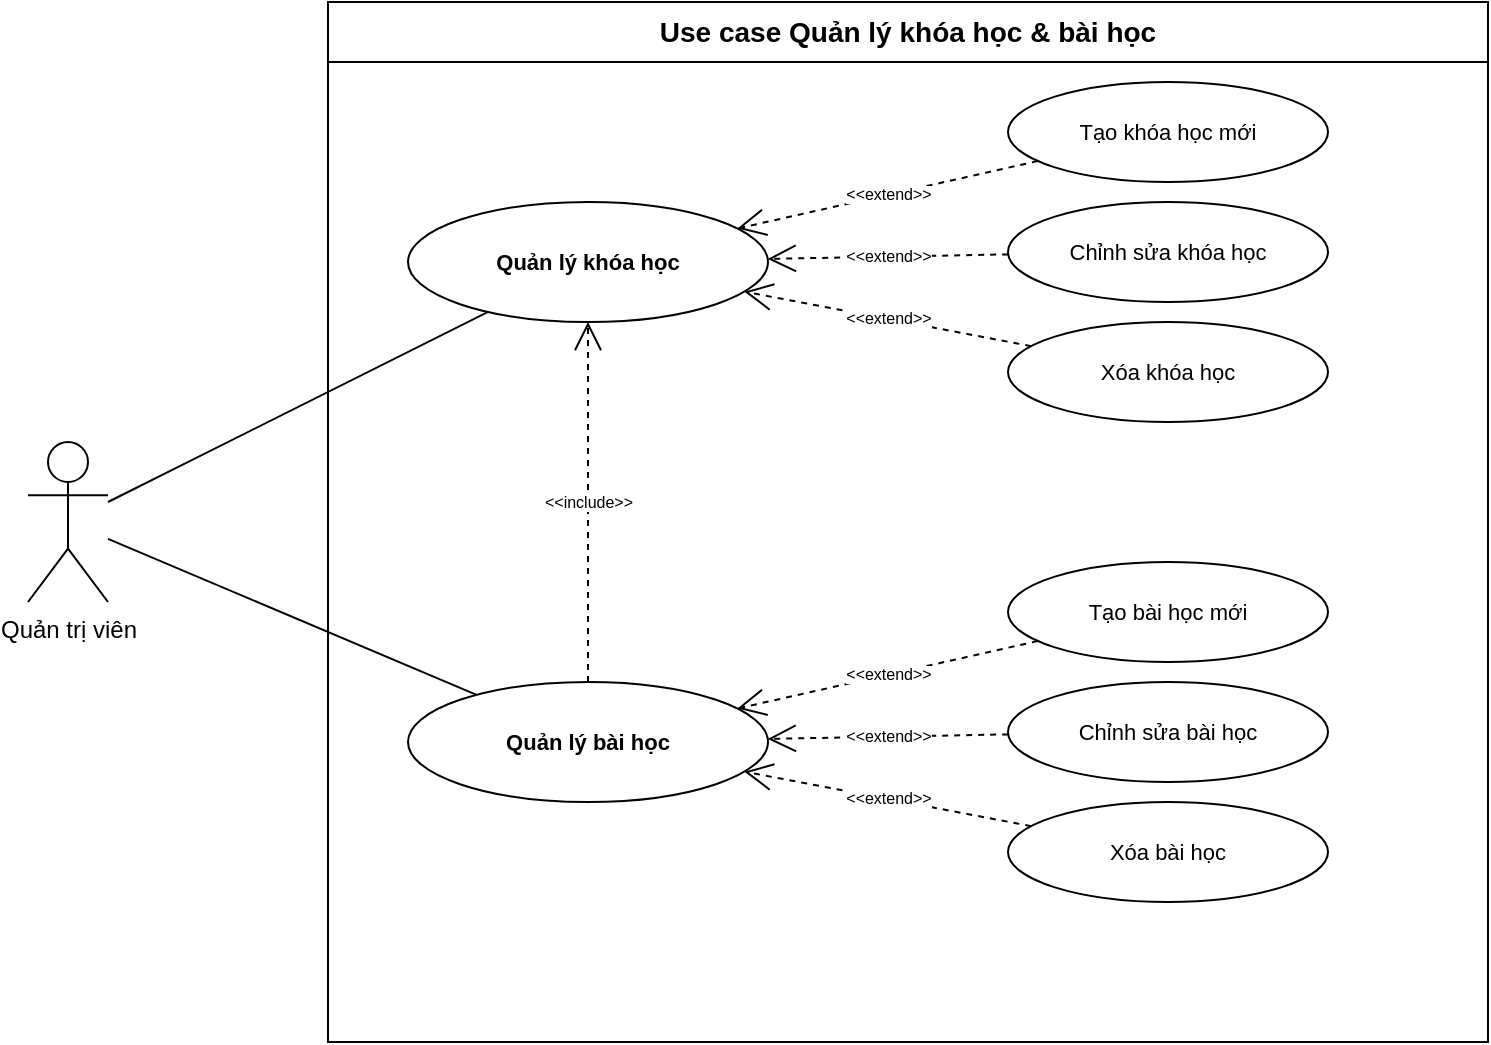
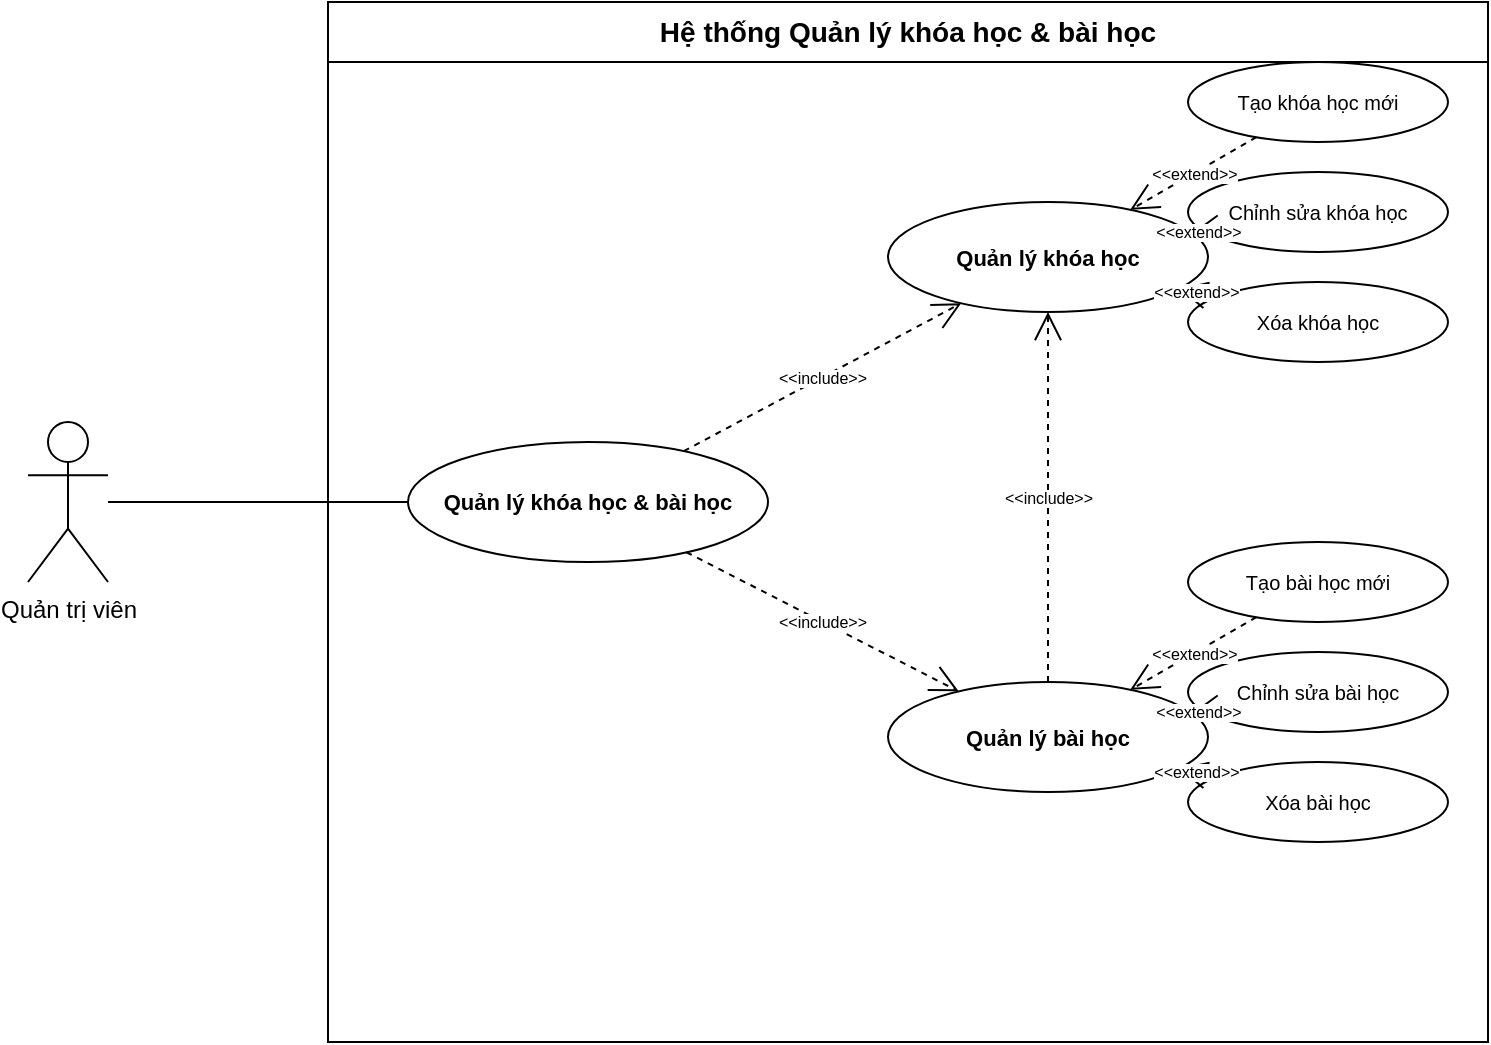
<mxfile host="65bd71144e">
    <diagram id="ql_khoa_hoc_bai_hoc_usecase" name="Use Case Quản Lý Khóa Học &amp; Bài Học">
-         <mxGraphModel dx="851" dy="1024" grid="1" gridSize="10" guides="1" tooltips="1" connect="1" arrows="1" fold="1" page="1" pageScale="1" pageWidth="1100" pageHeight="700" math="0" shadow="0">
+         <mxGraphModel dx="894" dy="709" grid="1" gridSize="10" guides="1" tooltips="1" connect="1" arrows="1" fold="1" page="1" pageScale="1" pageWidth="1100" pageHeight="700" math="0" shadow="0">
            <root>
                <mxCell id="0"/>
                <mxCell id="1" parent="0"/>
-                 <mxCell id="System" value="Use case Quản lý khóa học &amp;amp; bài học" style="swimlane;whiteSpace=wrap;html=1;startSize=30;fillColor=none;strokeColor=#000000;fontSize=14;fontStyle=1;" parent="1" vertex="1">
+ 
+                 <!-- System Boundary -->
+                 <mxCell id="System" value="Hệ thống Quản lý khóa học &amp;amp; bài học" style="swimlane;whiteSpace=wrap;html=1;startSize=30;fillColor=none;strokeColor=#000000;fontSize=14;fontStyle=1;" parent="1" vertex="1">
                    <mxGeometry x="250" y="40" width="580" height="520" as="geometry"/>
                </mxCell>
+ 
+                 <!-- Main Use Case -->
+                 <mxCell id="UC_QLKhoaHocBaiHoc" value="Quản lý khóa học &amp;amp; bài học" style="ellipse;whiteSpace=wrap;html=1;fontSize=11;fillColor=none;strokeColor=#000000;fontStyle=1;" parent="System" vertex="1">
+                     <mxGeometry x="40" y="220" width="180" height="60" as="geometry"/>
+                 </mxCell>
+ 
+                 <!-- Sub Use Cases -->
                <mxCell id="UC_QLKhoaHoc" value="Quản lý khóa học" style="ellipse;whiteSpace=wrap;html=1;fontSize=11;fillColor=none;strokeColor=#000000;fontStyle=1;" parent="System" vertex="1">
-                     <mxGeometry x="40" y="100" width="180" height="60" as="geometry"/>
+                     <mxGeometry x="280" y="100" width="160" height="55" as="geometry"/>
                </mxCell>
-                 <mxCell id="UC_ThemKhoaHoc" value="Tạo khóa học mới" style="ellipse;whiteSpace=wrap;html=1;fontSize=11;fillColor=none;strokeColor=#000000;" parent="System" vertex="1">
-                     <mxGeometry x="340" y="40" width="160" height="50" as="geometry"/>
+                 <mxCell id="UC_ThemKhoaHoc" value="Tạo khóa học mới" style="ellipse;whiteSpace=wrap;html=1;fontSize=10;fillColor=none;strokeColor=#000000;" parent="System" vertex="1">
+                     <mxGeometry x="430" y="30" width="130" height="40" as="geometry"/>
                </mxCell>
-                 <mxCell id="UC_SuaKhoaHoc" value="Chỉnh sửa khóa học" style="ellipse;whiteSpace=wrap;html=1;fontSize=11;fillColor=none;strokeColor=#000000;" parent="System" vertex="1">
-                     <mxGeometry x="340" y="100" width="160" height="50" as="geometry"/>
+                 <mxCell id="UC_SuaKhoaHoc" value="Chỉnh sửa khóa học" style="ellipse;whiteSpace=wrap;html=1;fontSize=10;fillColor=none;strokeColor=#000000;" parent="System" vertex="1">
+                     <mxGeometry x="430" y="85" width="130" height="40" as="geometry"/>
                </mxCell>
-                 <mxCell id="UC_XoaKhoaHoc" value="Xóa khóa học" style="ellipse;whiteSpace=wrap;html=1;fontSize=11;fillColor=none;strokeColor=#000000;" parent="System" vertex="1">
-                     <mxGeometry x="340" y="160" width="160" height="50" as="geometry"/>
+                 <mxCell id="UC_XoaKhoaHoc" value="Xóa khóa học" style="ellipse;whiteSpace=wrap;html=1;fontSize=10;fillColor=none;strokeColor=#000000;" parent="System" vertex="1">
+                     <mxGeometry x="430" y="140" width="130" height="40" as="geometry"/>
                </mxCell>
+ 
                <mxCell id="UC_QLBaiHoc" value="Quản lý bài học" style="ellipse;whiteSpace=wrap;html=1;fontSize=11;fillColor=none;strokeColor=#000000;fontStyle=1;" parent="System" vertex="1">
-                     <mxGeometry x="40" y="340" width="180" height="60" as="geometry"/>
+                     <mxGeometry x="280" y="340" width="160" height="55" as="geometry"/>
                </mxCell>
-                 <mxCell id="UC_ThemBaiHoc" value="Tạo bài học mới" style="ellipse;whiteSpace=wrap;html=1;fontSize=11;fillColor=none;strokeColor=#000000;" parent="System" vertex="1">
-                     <mxGeometry x="340" y="280" width="160" height="50" as="geometry"/>
+                 <mxCell id="UC_ThemBaiHoc" value="Tạo bài học mới" style="ellipse;whiteSpace=wrap;html=1;fontSize=10;fillColor=none;strokeColor=#000000;" parent="System" vertex="1">
+                     <mxGeometry x="430" y="270" width="130" height="40" as="geometry"/>
                </mxCell>
-                 <mxCell id="UC_SuaBaiHoc" value="Chỉnh sửa bài học" style="ellipse;whiteSpace=wrap;html=1;fontSize=11;fillColor=none;strokeColor=#000000;" parent="System" vertex="1">
-                     <mxGeometry x="340" y="340" width="160" height="50" as="geometry"/>
+                 <mxCell id="UC_SuaBaiHoc" value="Chỉnh sửa bài học" style="ellipse;whiteSpace=wrap;html=1;fontSize=10;fillColor=none;strokeColor=#000000;" parent="System" vertex="1">
+                     <mxGeometry x="430" y="325" width="130" height="40" as="geometry"/>
                </mxCell>
-                 <mxCell id="UC_XoaBaiHoc" value="Xóa bài học" style="ellipse;whiteSpace=wrap;html=1;fontSize=11;fillColor=none;strokeColor=#000000;" parent="System" vertex="1">
-                     <mxGeometry x="340" y="400" width="160" height="50" as="geometry"/>
+                 <mxCell id="UC_XoaBaiHoc" value="Xóa bài học" style="ellipse;whiteSpace=wrap;html=1;fontSize=10;fillColor=none;strokeColor=#000000;" parent="System" vertex="1">
+                     <mxGeometry x="430" y="380" width="130" height="40" as="geometry"/>
                </mxCell>
+ 
+                 <!-- Main Decomposing Relationships -->
+                 <mxCell id="Rel_Inc_QLKH" value="&amp;lt;&amp;lt;include&amp;gt;&amp;gt;" style="dashed=1;html=1;endArrow=open;endSize=12;endFill=0;labelBackgroundColor=#ffffff;fontSize=8;" parent="System" source="UC_QLKhoaHocBaiHoc" target="UC_QLKhoaHoc" edge="1">
+                     <mxGeometry relative="1" as="geometry"/>
+                 </mxCell>
+                 <mxCell id="Rel_Inc_QLBH" value="&amp;lt;&amp;lt;include&amp;gt;&amp;gt;" style="dashed=1;html=1;endArrow=open;endSize=12;endFill=0;labelBackgroundColor=#ffffff;fontSize=8;" parent="System" source="UC_QLKhoaHocBaiHoc" target="UC_QLBaiHoc" edge="1">
+                     <mxGeometry relative="1" as="geometry"/>
+                 </mxCell>
+ 
+                 <!-- Sub-relationships (extend to Sub-main) -->
                <mxCell id="Rel_Ext_ThemKH" value="&amp;lt;&amp;lt;extend&amp;gt;&amp;gt;" style="dashed=1;html=1;endArrow=open;endSize=12;endFill=0;labelBackgroundColor=#ffffff;fontSize=8;" parent="System" source="UC_ThemKhoaHoc" target="UC_QLKhoaHoc" edge="1">
                    <mxGeometry relative="1" as="geometry"/>
                </mxCell>
                <mxCell id="Rel_Ext_SuaKH" value="&amp;lt;&amp;lt;extend&amp;gt;&amp;gt;" style="dashed=1;html=1;endArrow=open;endSize=12;endFill=0;labelBackgroundColor=#ffffff;fontSize=8;" parent="System" source="UC_SuaKhoaHoc" target="UC_QLKhoaHoc" edge="1">
                    <mxGeometry relative="1" as="geometry"/>
                </mxCell>
                <mxCell id="Rel_Ext_XoaKH" value="&amp;lt;&amp;lt;extend&amp;gt;&amp;gt;" style="dashed=1;html=1;endArrow=open;endSize=12;endFill=0;labelBackgroundColor=#ffffff;fontSize=8;" parent="System" source="UC_XoaKhoaHoc" target="UC_QLKhoaHoc" edge="1">
                    <mxGeometry relative="1" as="geometry"/>
                </mxCell>
+ 
                <mxCell id="Rel_Ext_ThemBH" value="&amp;lt;&amp;lt;extend&amp;gt;&amp;gt;" style="dashed=1;html=1;endArrow=open;endSize=12;endFill=0;labelBackgroundColor=#ffffff;fontSize=8;" parent="System" source="UC_ThemBaiHoc" target="UC_QLBaiHoc" edge="1">
                    <mxGeometry relative="1" as="geometry"/>
                </mxCell>
                <mxCell id="Rel_Ext_SuaBH" value="&amp;lt;&amp;lt;extend&amp;gt;&amp;gt;" style="dashed=1;html=1;endArrow=open;endSize=12;endFill=0;labelBackgroundColor=#ffffff;fontSize=8;" parent="System" source="UC_SuaBaiHoc" target="UC_QLBaiHoc" edge="1">
                    <mxGeometry relative="1" as="geometry"/>
                </mxCell>
                <mxCell id="Rel_Ext_XoaBH" value="&amp;lt;&amp;lt;extend&amp;gt;&amp;gt;" style="dashed=1;html=1;endArrow=open;endSize=12;endFill=0;labelBackgroundColor=#ffffff;fontSize=8;" parent="System" source="UC_XoaBaiHoc" target="UC_QLBaiHoc" edge="1">
                    <mxGeometry relative="1" as="geometry"/>
                </mxCell>
+ 
                <mxCell id="Rel_Inc_BaiHocKH" value="&amp;lt;&amp;lt;include&amp;gt;&amp;gt;" style="dashed=1;html=1;endArrow=open;endSize=12;endFill=0;labelBackgroundColor=#ffffff;fontSize=8;" parent="System" source="UC_QLBaiHoc" target="UC_QLKhoaHoc" edge="1">
                    <mxGeometry relative="1" as="geometry"/>
                </mxCell>
+ 
+                 <!-- Actor: Admin -->
                <mxCell id="Actor_Admin" value="Quản trị viên" style="shape=umlActor;verticalLabelPosition=bottom;verticalAlign=top;html=1;outlineConnect=0;fontSize=12;" parent="1" vertex="1">
-                     <mxGeometry x="100" y="260" width="40" height="80" as="geometry"/>
+                     <mxGeometry x="100" y="250" width="40" height="80" as="geometry"/>
                </mxCell>
-                 <mxCell id="Rel_Actor_QLKH" style="endArrow=none;html=1;fontSize=12;" parent="1" source="Actor_Admin" target="UC_QLKhoaHoc" edge="1">
-                     <mxGeometry relative="1" as="geometry"/>
-                 </mxCell>
-                 <mxCell id="Rel_Actor_QLBH" style="endArrow=none;html=1;fontSize=12;" parent="1" source="Actor_Admin" target="UC_QLBaiHoc" edge="1">
+ 
+                 <!-- Actor Connection (ONLY to Main Use Case) -->
+                 <mxCell id="Rel_Actor_Main" style="endArrow=none;html=1;fontSize=12;" parent="1" source="Actor_Admin" target="UC_QLKhoaHocBaiHoc" edge="1">
                    <mxGeometry relative="1" as="geometry"/>
                </mxCell>
            </root>
        </mxGraphModel>
    </diagram>
</mxfile>